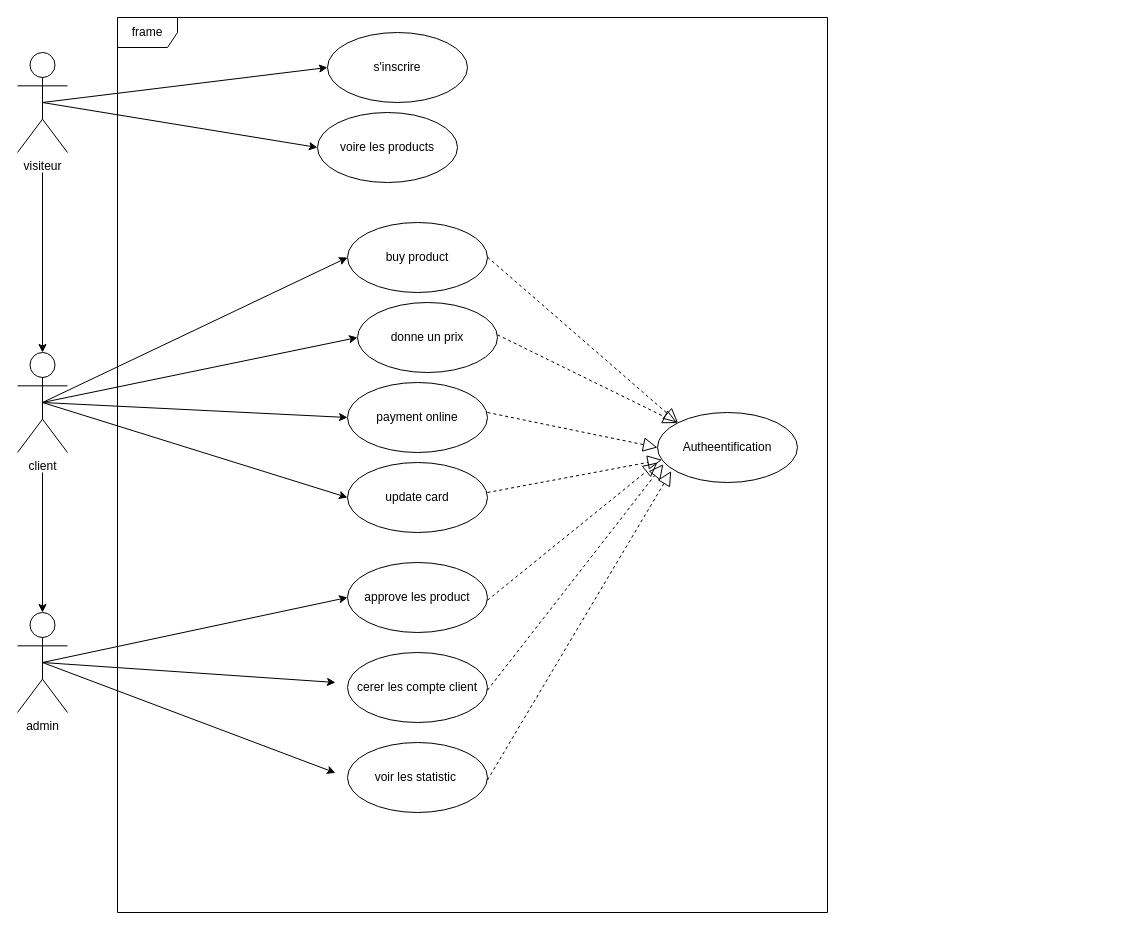
The draw.io diagram diagrams/diagramdecasDeutilisation.drawio in OSMaben/PFE, before the edit. Source tidied: cells renumbered, new cells numbered last; positions are measured from the earlier drawing's top-left corner, leaving out a move shared by most shapes. Both pictures are drawn from the tidied source at 100%, with x=0, y=0 at pixel (17, 17).
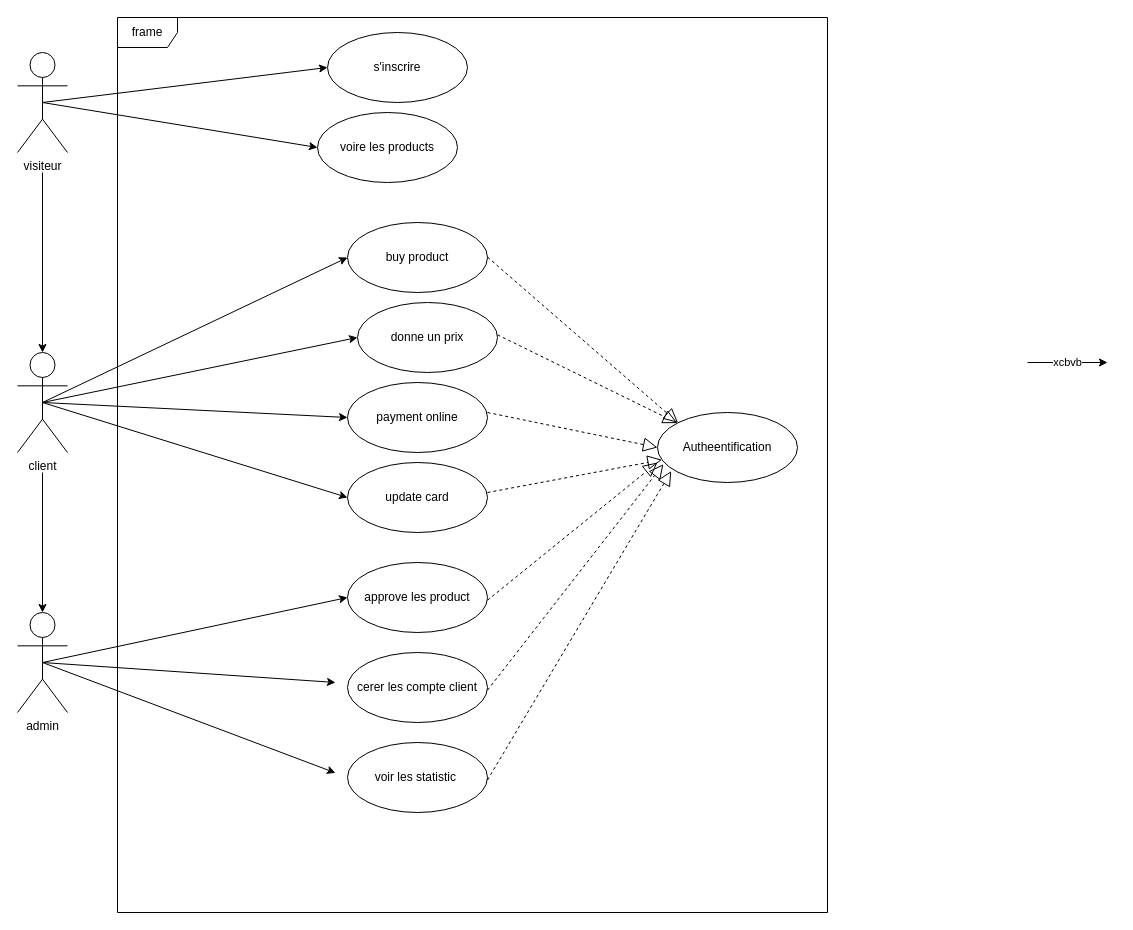
The same page after the edit.

Change to the diagram source:
```diff
@@
+    <mxCell id="34" value="xcbvb" style="edgeStyle=none;orthogonalLoop=1;jettySize=auto;html=1;" parent="1" edge="1">
+      <mxGeometry relative="1" as="geometry">
+        <mxPoint x="1010" y="345" as="sourcePoint" />
+        <mxPoint x="1090" y="345" as="targetPoint" />
+      </mxGeometry>
+    </mxCell>
```
